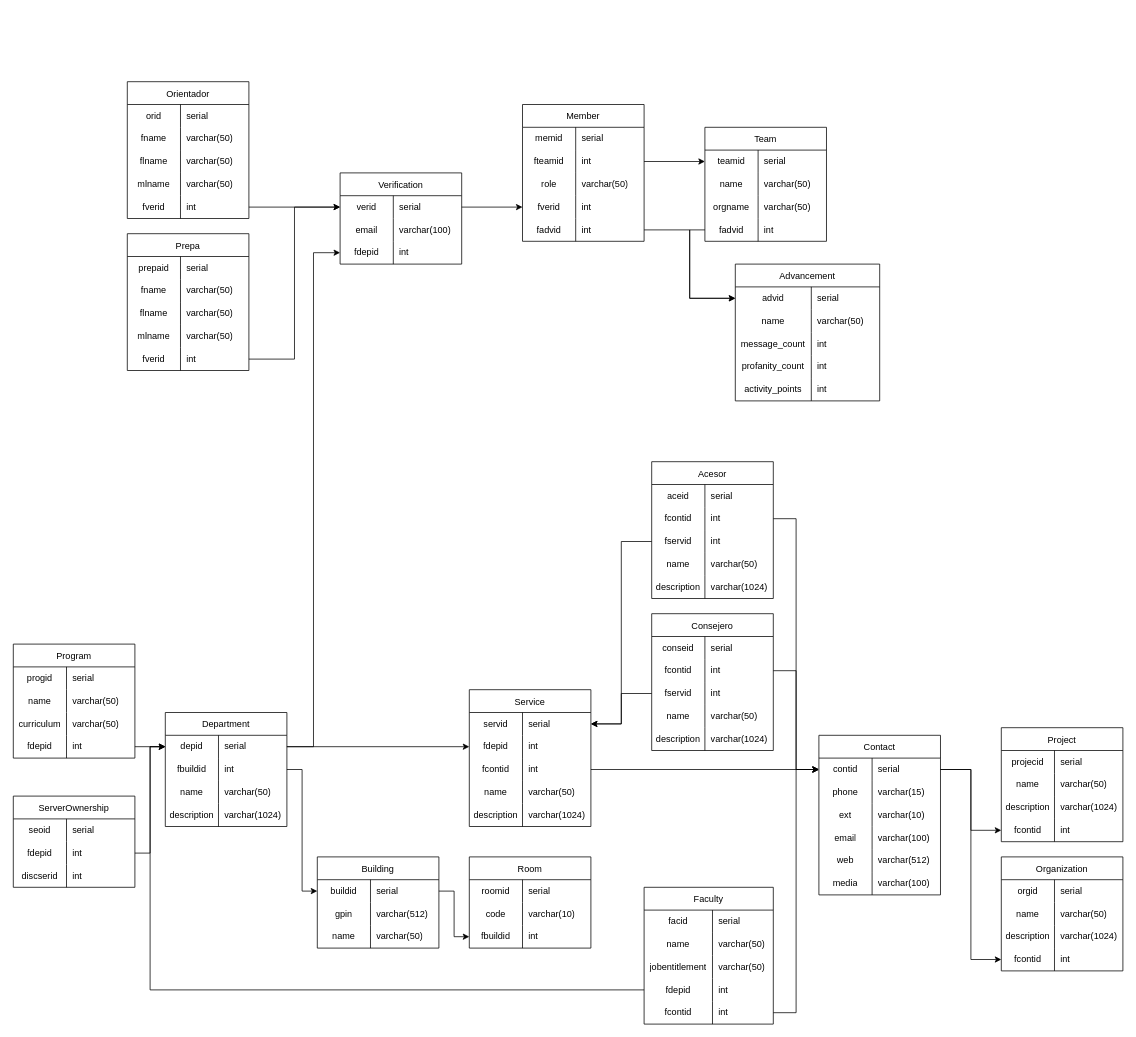
This is schema/Untitled Diagram.drawio from AlfredoSoto1/BotOrientador, a draw.io file, before an edit. Source tidied: cells renumbered, new cells numbered last; positions are measured from the earlier drawing's top-left corner, leaving out a move shared by most shapes. Both pictures are drawn from the tidied source at 76%, with x=0, y=0 at pixel (13, 81).
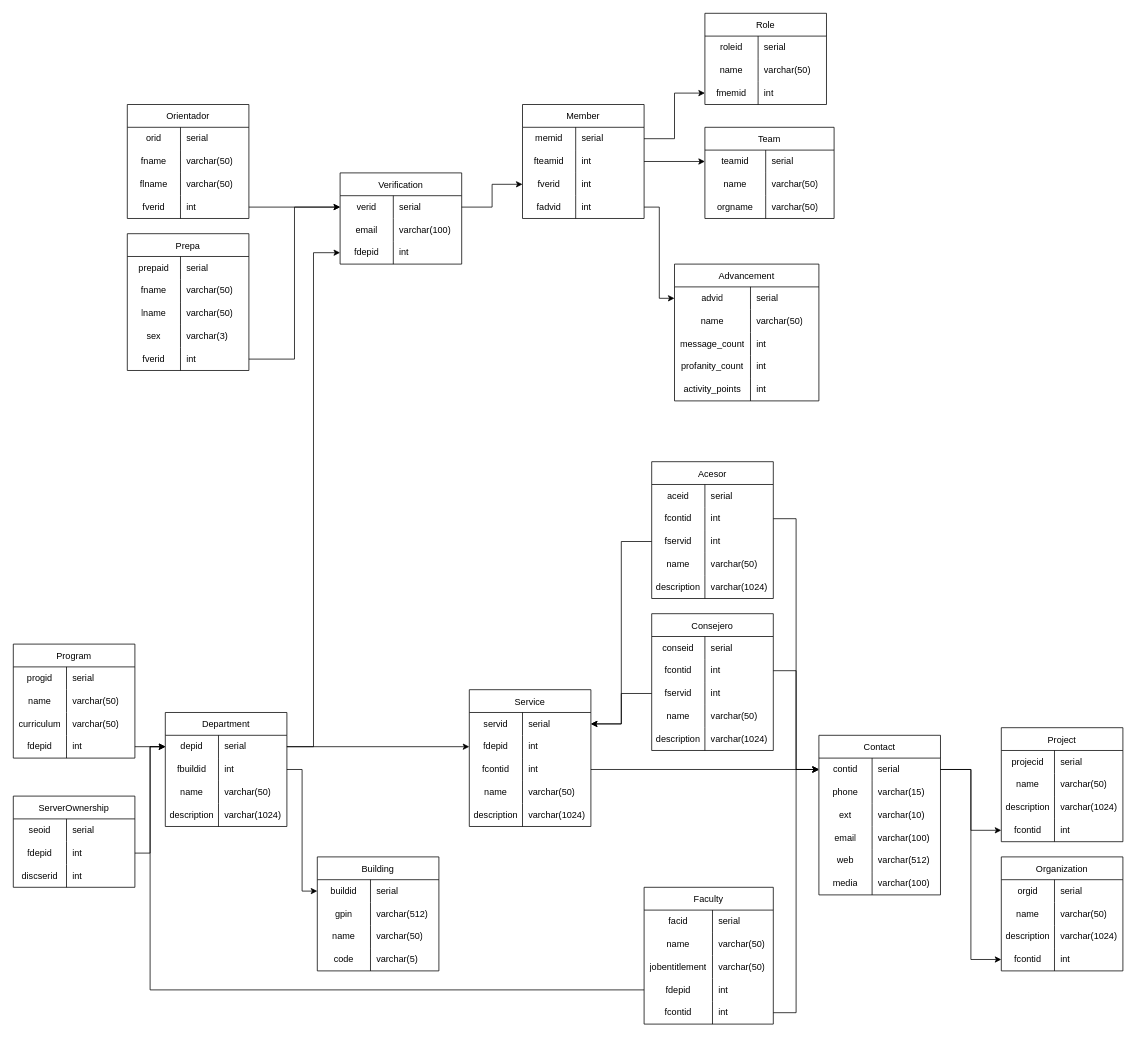
After the change.

Unchanged cells that the change refers to:
```xml
<mxCell id="35" style="shape=tableRow;horizontal=0;startSize=0;swimlaneHead=0;swimlaneBody=0;top=0;left=0;bottom=0;right=0;fillColor=none;strokeColor=inherit;fontSize=12;" parent="28" vertex="1">
  <mxGeometry y="90" width="160" height="30" as="geometry" />
</mxCell>
<mxCell id="38" style="shape=tableRow;horizontal=0;startSize=0;swimlaneHead=0;swimlaneBody=0;top=0;left=0;bottom=0;right=0;fillColor=none;strokeColor=inherit;fontSize=12;" parent="28" vertex="1">
  <mxGeometry y="120" width="160" height="30" as="geometry" />
</mxCell>
<mxCell id="45" style="shape=tableRow;horizontal=0;startSize=0;swimlaneHead=0;swimlaneBody=0;top=0;left=0;bottom=0;right=0;fillColor=none;points=[[0,0.5],[1,0.5]];portConstraint=eastwest;strokeColor=inherit;fontSize=12;" parent="44" vertex="1">
  <mxGeometry y="30" width="160" height="30" as="geometry" />
</mxCell>
<mxCell id="78" style="shape=tableRow;horizontal=0;startSize=0;swimlaneHead=0;swimlaneBody=0;top=0;left=0;bottom=0;right=0;fillColor=none;points=[[0,0.5],[1,0.5]];portConstraint=eastwest;strokeColor=inherit;fontSize=12;" parent="77" vertex="1">
  <mxGeometry y="30" width="190" height="30" as="geometry" />
</mxCell>
<mxCell id="96" style="shape=tableRow;horizontal=0;startSize=0;swimlaneHead=0;swimlaneBody=0;top=0;left=0;bottom=0;right=0;fillColor=none;points=[[0,0.5],[1,0.5]];portConstraint=eastwest;strokeColor=inherit;fontSize=12;" parent="95" vertex="1">
  <mxGeometry y="30" width="160" height="30" as="geometry" />
</mxCell>
```

What changed in the source:
```diff
@@
     <mxCell id="12" value="Orientador" style="shape=table;startSize=30;childLayout=tableLayout;rowLines=0;fontStyle=0;strokeColor=default;fontSize=12;" parent="1" vertex="1">
-      <mxGeometry x="150" width="160" height="180" as="geometry" />
+      <mxGeometry x="150" y="30" width="160" height="150" as="geometry" />
     </mxCell>
@@
-    <mxCell id="22" style="shape=tableRow;horizontal=0;startSize=0;swimlaneHead=0;swimlaneBody=0;top=0;left=0;bottom=0;right=0;fillColor=none;strokeColor=inherit;fontSize=12;" parent="12" vertex="1">
-      <mxGeometry y="120" width="160" height="30" as="geometry" />
-    </mxCell>
-    <mxCell id="23" value="mlname" style="shape=partialRectangle;html=1;whiteSpace=wrap;fillColor=none;top=0;left=0;bottom=0;right=0;overflow=hidden;strokeColor=inherit;fontSize=12;" parent="22" vertex="1">
-      <mxGeometry width="70" height="30" as="geometry" />
-    </mxCell>
-    <mxCell id="24" value="varchar(50)" style="shape=partialRectangle;html=1;whiteSpace=wrap;fillColor=none;top=0;left=0;bottom=0;right=0;align=left;spacingLeft=6;overflow=hidden;strokeColor=inherit;fontSize=12;" parent="22" vertex="1">
-      <mxGeometry x="70" width="90" height="30" as="geometry" />
-    </mxCell>
     <mxCell id="25" style="shape=tableRow;horizontal=0;startSize=0;swimlaneHead=0;swimlaneBody=0;top=0;left=0;bottom=0;right=0;fillColor=none;points=[[0,0.5],[1,0.5]];portConstraint=eastwest;strokeColor=inherit;fontSize=12;" parent="12" vertex="1">
-      <mxGeometry y="150" width="160" height="30" as="geometry" />
+      <mxGeometry y="120" width="160" height="30" as="geometry" />
     </mxCell>
@@
-    <mxCell id="36" value="flname" style="shape=partialRectangle;html=1;whiteSpace=wrap;fillColor=none;top=0;left=0;bottom=0;right=0;overflow=hidden;strokeColor=inherit;fontSize=12;" parent="35" vertex="1">
+    <mxCell id="36" value="lname" style="shape=partialRectangle;html=1;whiteSpace=wrap;fillColor=none;top=0;left=0;bottom=0;right=0;overflow=hidden;strokeColor=inherit;fontSize=12;" parent="35" vertex="1">
       <mxGeometry width="70" height="30" as="geometry" />
     </mxCell>
@@
-    <mxCell id="39" value="mlname" style="shape=partialRectangle;html=1;whiteSpace=wrap;fillColor=none;top=0;left=0;bottom=0;right=0;overflow=hidden;strokeColor=inherit;fontSize=12;" parent="38" vertex="1">
+    <mxCell id="39" value="sex" style="shape=partialRectangle;html=1;whiteSpace=wrap;fillColor=none;top=0;left=0;bottom=0;right=0;overflow=hidden;strokeColor=inherit;fontSize=12;" parent="38" vertex="1">
       <mxGeometry width="70" height="30" as="geometry" />
     </mxCell>
-    <mxCell id="40" value="varchar(50)" style="shape=partialRectangle;html=1;whiteSpace=wrap;fillColor=none;top=0;left=0;bottom=0;right=0;align=left;spacingLeft=6;overflow=hidden;strokeColor=inherit;fontSize=12;" parent="38" vertex="1">
+    <mxCell id="40" value="varchar(3)" style="shape=partialRectangle;html=1;whiteSpace=wrap;fillColor=none;top=0;left=0;bottom=0;right=0;align=left;spacingLeft=6;overflow=hidden;strokeColor=inherit;fontSize=12;" parent="38" vertex="1">
       <mxGeometry x="70" width="90" height="30" as="geometry" />
     </mxCell>
@@
     <mxCell id="44" value="Member" style="shape=table;startSize=30;childLayout=tableLayout;rowLines=0;fontStyle=0;strokeColor=default;fontSize=12;" parent="1" vertex="1">
-      <mxGeometry x="670" y="30" width="160" height="180" as="geometry" />
+      <mxGeometry x="670" y="30" width="160" height="150" as="geometry" />
     </mxCell>
@@
-    <mxCell id="48" style="shape=tableRow;horizontal=0;startSize=0;swimlaneHead=0;swimlaneBody=0;top=0;left=0;bottom=0;right=0;fillColor=none;points=[[0,0.5],[1,0.5]];portConstraint=eastwest;strokeColor=inherit;fontSize=12;" parent="44" vertex="1">
-      <mxGeometry y="60" width="160" height="30" as="geometry" />
-    </mxCell>
-    <mxCell id="49" value="fteamid" style="shape=partialRectangle;html=1;whiteSpace=wrap;fillColor=none;top=0;left=0;bottom=0;right=0;overflow=hidden;strokeColor=inherit;fontSize=12;" parent="48" vertex="1">
-      <mxGeometry width="70" height="30" as="geometry" />
-    </mxCell>
-    <mxCell id="50" value="int" style="shape=partialRectangle;html=1;whiteSpace=wrap;fillColor=none;top=0;left=0;bottom=0;right=0;align=left;spacingLeft=6;overflow=hidden;strokeColor=inherit;fontSize=12;" parent="48" vertex="1">
-      <mxGeometry x="70" width="90" height="30" as="geometry" />
-    </mxCell>
     <mxCell id="51" style="shape=tableRow;horizontal=0;startSize=0;swimlaneHead=0;swimlaneBody=0;top=0;left=0;bottom=0;right=0;fillColor=none;points=[[0,0.5],[1,0.5]];portConstraint=eastwest;strokeColor=inherit;fontSize=12;" parent="44" vertex="1">
-      <mxGeometry y="90" width="160" height="30" as="geometry" />
+      <mxGeometry y="60" width="160" height="30" as="geometry" />
     </mxCell>
-    <mxCell id="52" value="role" style="shape=partialRectangle;html=1;whiteSpace=wrap;fillColor=none;top=0;left=0;bottom=0;right=0;overflow=hidden;strokeColor=inherit;fontSize=12;" parent="51" vertex="1">
+    <mxCell id="52" value="fteamid" style="shape=partialRectangle;html=1;whiteSpace=wrap;fillColor=none;top=0;left=0;bottom=0;right=0;overflow=hidden;strokeColor=inherit;fontSize=12;" parent="51" vertex="1">
       <mxGeometry width="70" height="30" as="geometry" />
     </mxCell>
-    <mxCell id="53" value="varchar(50)" style="shape=partialRectangle;html=1;whiteSpace=wrap;fillColor=none;top=0;left=0;bottom=0;right=0;align=left;spacingLeft=6;overflow=hidden;strokeColor=inherit;fontSize=12;" parent="51" vertex="1">
+    <mxCell id="53" value="int" style="shape=partialRectangle;html=1;whiteSpace=wrap;fillColor=none;top=0;left=0;bottom=0;right=0;align=left;spacingLeft=6;overflow=hidden;strokeColor=inherit;fontSize=12;" parent="51" vertex="1">
       <mxGeometry x="70" width="90" height="30" as="geometry" />
     </mxCell>
     <mxCell id="54" style="shape=tableRow;horizontal=0;startSize=0;swimlaneHead=0;swimlaneBody=0;top=0;left=0;bottom=0;right=0;fillColor=none;points=[[0,0.5],[1,0.5]];portConstraint=eastwest;strokeColor=inherit;fontSize=12;" parent="44" vertex="1">
-      <mxGeometry y="120" width="160" height="30" as="geometry" />
+      <mxGeometry y="90" width="160" height="30" as="geometry" />
     </mxCell>
@@
     <mxCell id="57" style="shape=tableRow;horizontal=0;startSize=0;swimlaneHead=0;swimlaneBody=0;top=0;left=0;bottom=0;right=0;fillColor=none;points=[[0,0.5],[1,0.5]];portConstraint=eastwest;strokeColor=inherit;fontSize=12;" parent="44" vertex="1">
-      <mxGeometry y="150" width="160" height="30" as="geometry" />
+      <mxGeometry y="120" width="160" height="30" as="geometry" />
     </mxCell>
@@
     <mxCell id="60" value="Team" style="shape=table;startSize=30;childLayout=tableLayout;rowLines=0;fontStyle=0;strokeColor=default;fontSize=12;" parent="1" vertex="1">
-      <mxGeometry x="910" y="60" width="160" height="150" as="geometry" />
+      <mxGeometry x="910" y="60" width="170" height="120" as="geometry" />
     </mxCell>
     <mxCell id="61" style="shape=tableRow;horizontal=0;startSize=0;swimlaneHead=0;swimlaneBody=0;top=0;left=0;bottom=0;right=0;fillColor=none;points=[[0,0.5],[1,0.5]];portConstraint=eastwest;strokeColor=inherit;fontSize=12;" parent="60" vertex="1">
-      <mxGeometry y="30" width="160" height="30" as="geometry" />
+      <mxGeometry y="30" width="170" height="30" as="geometry" />
     </mxCell>
     <mxCell id="62" value="teamid" style="shape=partialRectangle;html=1;whiteSpace=wrap;fillColor=none;top=0;left=0;bottom=0;right=0;overflow=hidden;strokeColor=inherit;fontSize=12;spacing=2;" parent="61" vertex="1">
-      <mxGeometry width="70" height="30" as="geometry" />
+      <mxGeometry width="80" height="30" as="geometry" />
     </mxCell>
     <mxCell id="63" value="serial" style="shape=partialRectangle;html=1;whiteSpace=wrap;fillColor=none;top=0;left=0;bottom=0;right=0;align=left;spacingLeft=6;overflow=hidden;strokeColor=inherit;fontSize=12;" parent="61" vertex="1">
-      <mxGeometry x="70" width="90" height="30" as="geometry" />
+      <mxGeometry x="80" width="90" height="30" as="geometry" />
     </mxCell>
     <mxCell id="64" style="shape=tableRow;horizontal=0;startSize=0;swimlaneHead=0;swimlaneBody=0;top=0;left=0;bottom=0;right=0;fillColor=none;strokeColor=inherit;fontSize=12;" parent="60" vertex="1">
-      <mxGeometry y="60" width="160" height="30" as="geometry" />
+      <mxGeometry y="60" width="170" height="30" as="geometry" />
     </mxCell>
     <mxCell id="65" value="name" style="shape=partialRectangle;html=1;whiteSpace=wrap;fillColor=none;top=0;left=0;bottom=0;right=0;overflow=hidden;strokeColor=inherit;fontSize=12;" parent="64" vertex="1">
-      <mxGeometry width="70" height="30" as="geometry" />
+      <mxGeometry width="80" height="30" as="geometry" />
     </mxCell>
     <mxCell id="66" value="varchar(50)" style="shape=partialRectangle;html=1;whiteSpace=wrap;fillColor=none;top=0;left=0;bottom=0;right=0;align=left;spacingLeft=6;overflow=hidden;strokeColor=inherit;fontSize=12;" parent="64" vertex="1">
-      <mxGeometry x="70" width="90" height="30" as="geometry" />
+      <mxGeometry x="80" width="90" height="30" as="geometry" />
     </mxCell>
     <mxCell id="67" style="shape=tableRow;horizontal=0;startSize=0;swimlaneHead=0;swimlaneBody=0;top=0;left=0;bottom=0;right=0;fillColor=none;strokeColor=inherit;fontSize=12;" parent="60" vertex="1">
-      <mxGeometry y="90" width="160" height="30" as="geometry" />
+      <mxGeometry y="90" width="170" height="30" as="geometry" />
     </mxCell>
     <mxCell id="68" value="orgname" style="shape=partialRectangle;html=1;whiteSpace=wrap;fillColor=none;top=0;left=0;bottom=0;right=0;overflow=hidden;strokeColor=inherit;fontSize=12;" parent="67" vertex="1">
-      <mxGeometry width="70" height="30" as="geometry" />
+      <mxGeometry width="80" height="30" as="geometry" />
     </mxCell>
     <mxCell id="69" value="varchar(50)" style="shape=partialRectangle;html=1;whiteSpace=wrap;fillColor=none;top=0;left=0;bottom=0;right=0;align=left;spacingLeft=6;overflow=hidden;strokeColor=inherit;fontSize=12;" parent="67" vertex="1">
-      <mxGeometry x="70" width="90" height="30" as="geometry" />
+      <mxGeometry x="80" width="90" height="30" as="geometry" />
     </mxCell>
-    <mxCell id="70" style="shape=tableRow;horizontal=0;startSize=0;swimlaneHead=0;swimlaneBody=0;top=0;left=0;bottom=0;right=0;fillColor=none;points=[[0,0.5],[1,0.5]];portConstraint=eastwest;strokeColor=inherit;fontSize=12;" parent="60" vertex="1">
-      <mxGeometry y="120" width="160" height="30" as="geometry" />
-    </mxCell>
-    <mxCell id="71" value="fadvid" style="shape=partialRectangle;html=1;whiteSpace=wrap;fillColor=none;top=0;left=0;bottom=0;right=0;overflow=hidden;strokeColor=inherit;fontSize=12;" parent="70" vertex="1">
-      <mxGeometry width="70" height="30" as="geometry" />
-    </mxCell>
-    <mxCell id="72" value="int" style="shape=partialRectangle;html=1;whiteSpace=wrap;fillColor=none;top=0;left=0;bottom=0;right=0;align=left;spacingLeft=6;overflow=hidden;strokeColor=inherit;fontSize=12;" parent="70" vertex="1">
-      <mxGeometry x="70" width="90" height="30" as="geometry" />
-    </mxCell>
@@
-    <mxCell id="76" style="edgeStyle=orthogonalEdgeStyle;rounded=0;jettySize=auto;html=1;exitX=1;exitY=0.5;exitDx=0;exitDy=0;entryX=0;entryY=0.5;entryDx=0;entryDy=0;" parent="1" edge="1" source="48" target="61">
-      <mxGeometry relative="1" as="geometry" />
-    </mxCell>
     <mxCell id="77" value="Advancement" style="shape=table;startSize=30;childLayout=tableLayout;rowLines=0;fontStyle=0;strokeColor=default;fontSize=12;" parent="1" vertex="1">
-      <mxGeometry x="950" y="240" width="190" height="180" as="geometry" />
+      <mxGeometry x="870" y="240" width="190" height="180" as="geometry" />
     </mxCell>
@@
-    <mxCell id="94" style="edgeStyle=orthogonalEdgeStyle;rounded=0;jettySize=auto;html=1;exitX=0;exitY=0.5;exitDx=0;exitDy=0;entryX=0;entryY=0.5;entryDx=0;entryDy=0;" parent="1" edge="1" source="70" target="78">
+    <mxCell id="94" style="edgeStyle=orthogonalEdgeStyle;rounded=0;jettySize=auto;html=1;exitX=0;exitY=0.5;exitDx=0;exitDy=0;entryX=0;entryY=0.5;entryDx=0;entryDy=0;" parent="1" edge="1" target="78">
       <mxGeometry relative="1" as="geometry" />
     </mxCell>
     <mxCell id="95" value="Building" style="shape=table;startSize=30;childLayout=tableLayout;rowLines=0;fontStyle=0;strokeColor=default;fontSize=12;" parent="1" vertex="1">
-      <mxGeometry x="400" y="1020" width="160" height="120" as="geometry" />
+      <mxGeometry x="400" y="1020" width="160" height="150" as="geometry" />
     </mxCell>
@@
+    <mxCell id="275" style="shape=tableRow;horizontal=0;startSize=0;swimlaneHead=0;swimlaneBody=0;top=0;left=0;bottom=0;right=0;fillColor=none;strokeColor=inherit;fontSize=12;" parent="95" vertex="1">
+      <mxGeometry y="120" width="160" height="30" as="geometry" />
+    </mxCell>
+    <mxCell id="229" value="code" style="shape=partialRectangle;html=1;whiteSpace=wrap;fillColor=none;top=0;left=0;bottom=0;right=0;overflow=hidden;strokeColor=inherit;fontSize=12;" parent="275" vertex="1">
+      <mxGeometry width="70" height="30" as="geometry" />
+    </mxCell>
+    <mxCell id="276" value="varchar(5)" style="shape=partialRectangle;html=1;whiteSpace=wrap;fillColor=none;top=0;left=0;bottom=0;right=0;align=left;spacingLeft=6;overflow=hidden;strokeColor=inherit;fontSize=12;" parent="275" vertex="1">
+      <mxGeometry x="70" width="90" height="30" as="geometry" />
+    </mxCell>
@@
-    <mxCell id="224" value="Room" style="shape=table;startSize=30;childLayout=tableLayout;rowLines=0;fontStyle=0;strokeColor=default;fontSize=12;" parent="1" vertex="1">
-      <mxGeometry x="600" y="1020" width="160" height="120" as="geometry" />
-    </mxCell>
-    <mxCell id="225" style="shape=tableRow;horizontal=0;startSize=0;swimlaneHead=0;swimlaneBody=0;top=0;left=0;bottom=0;right=0;fillColor=none;strokeColor=inherit;fontSize=12;" parent="224" vertex="1">
-      <mxGeometry y="30" width="160" height="30" as="geometry" />
-    </mxCell>
-    <mxCell id="226" value="roomid" style="shape=partialRectangle;html=1;whiteSpace=wrap;fillColor=none;top=0;left=0;bottom=0;right=0;overflow=hidden;strokeColor=inherit;fontSize=12;spacing=2;" parent="225" vertex="1">
-      <mxGeometry width="70" height="30" as="geometry" />
-    </mxCell>
-    <mxCell id="227" value="serial" style="shape=partialRectangle;html=1;whiteSpace=wrap;fillColor=none;top=0;left=0;bottom=0;right=0;align=left;spacingLeft=6;overflow=hidden;strokeColor=inherit;fontSize=12;" parent="225" vertex="1">
-      <mxGeometry x="70" width="90" height="30" as="geometry" />
-    </mxCell>
-    <mxCell id="228" style="shape=tableRow;horizontal=0;startSize=0;swimlaneHead=0;swimlaneBody=0;top=0;left=0;bottom=0;right=0;fillColor=none;strokeColor=inherit;fontSize=12;" parent="224" vertex="1">
-      <mxGeometry y="60" width="160" height="30" as="geometry" />
-    </mxCell>
-    <mxCell id="229" value="code" style="shape=partialRectangle;html=1;whiteSpace=wrap;fillColor=none;top=0;left=0;bottom=0;right=0;overflow=hidden;strokeColor=inherit;fontSize=12;" parent="228" vertex="1">
-      <mxGeometry width="70" height="30" as="geometry" />
-    </mxCell>
-    <mxCell id="230" value="varchar(10)" style="shape=partialRectangle;html=1;whiteSpace=wrap;fillColor=none;top=0;left=0;bottom=0;right=0;align=left;spacingLeft=6;overflow=hidden;strokeColor=inherit;fontSize=12;" parent="228" vertex="1">
-      <mxGeometry x="70" width="90" height="30" as="geometry" />
-    </mxCell>
-    <mxCell id="231" style="shape=tableRow;horizontal=0;startSize=0;swimlaneHead=0;swimlaneBody=0;top=0;left=0;bottom=0;right=0;fillColor=none;points=[[0,0.5],[1,0.5]];portConstraint=eastwest;strokeColor=inherit;fontSize=12;" parent="224" vertex="1">
-      <mxGeometry y="90" width="160" height="30" as="geometry" />
-    </mxCell>
-    <mxCell id="232" value="fbuildid" style="shape=partialRectangle;html=1;whiteSpace=wrap;fillColor=none;top=0;left=0;bottom=0;right=0;overflow=hidden;strokeColor=inherit;fontSize=12;" parent="231" vertex="1">
-      <mxGeometry width="70" height="30" as="geometry" />
-    </mxCell>
-    <mxCell id="233" value="int" style="shape=partialRectangle;html=1;whiteSpace=wrap;fillColor=none;top=0;left=0;bottom=0;right=0;align=left;spacingLeft=6;overflow=hidden;strokeColor=inherit;fontSize=12;" parent="231" vertex="1">
-      <mxGeometry x="70" width="90" height="30" as="geometry" />
-    </mxCell>
-    <mxCell id="234" style="edgeStyle=orthogonalEdgeStyle;rounded=0;jettySize=auto;html=1;exitX=1;exitY=0.5;exitDx=0;exitDy=0;entryX=0;entryY=0.5;entryDx=0;entryDy=0;" parent="1" edge="1" source="96" target="231">
-      <mxGeometry relative="1" as="geometry" />
-    </mxCell>
@@
+    <mxCell id="277" value="Role" style="shape=table;startSize=30;childLayout=tableLayout;rowLines=0;fontStyle=0;strokeColor=default;fontSize=12;" parent="1" vertex="1">
+      <mxGeometry x="910" y="-90" width="160" height="120" as="geometry" />
+    </mxCell>
+    <mxCell id="225" style="shape=tableRow;horizontal=0;startSize=0;swimlaneHead=0;swimlaneBody=0;top=0;left=0;bottom=0;right=0;fillColor=none;strokeColor=inherit;fontSize=12;" parent="277" vertex="1">
+      <mxGeometry y="30" width="160" height="30" as="geometry" />
+    </mxCell>
+    <mxCell id="278" value="roleid" style="shape=partialRectangle;html=1;whiteSpace=wrap;fillColor=none;top=0;left=0;bottom=0;right=0;overflow=hidden;strokeColor=inherit;fontSize=12;spacing=2;" parent="225" vertex="1">
+      <mxGeometry width="70" height="30" as="geometry" />
+    </mxCell>
+    <mxCell id="227" value="serial" style="shape=partialRectangle;html=1;whiteSpace=wrap;fillColor=none;top=0;left=0;bottom=0;right=0;align=left;spacingLeft=6;overflow=hidden;strokeColor=inherit;fontSize=12;" parent="225" vertex="1">
+      <mxGeometry x="70" width="90" height="30" as="geometry" />
+    </mxCell>
+    <mxCell id="279" style="shape=tableRow;horizontal=0;startSize=0;swimlaneHead=0;swimlaneBody=0;top=0;left=0;bottom=0;right=0;fillColor=none;strokeColor=inherit;fontSize=12;" parent="277" vertex="1">
+      <mxGeometry y="60" width="160" height="30" as="geometry" />
+    </mxCell>
+    <mxCell id="280" value="name" style="shape=partialRectangle;html=1;whiteSpace=wrap;fillColor=none;top=0;left=0;bottom=0;right=0;overflow=hidden;strokeColor=inherit;fontSize=12;" parent="279" vertex="1">
+      <mxGeometry width="70" height="30" as="geometry" />
+    </mxCell>
+    <mxCell id="24" value="varchar(50)" style="shape=partialRectangle;html=1;whiteSpace=wrap;fillColor=none;top=0;left=0;bottom=0;right=0;align=left;spacingLeft=6;overflow=hidden;strokeColor=inherit;fontSize=12;" parent="279" vertex="1">
+      <mxGeometry x="70" width="90" height="30" as="geometry" />
+    </mxCell>
+    <mxCell id="231" style="shape=tableRow;horizontal=0;startSize=0;swimlaneHead=0;swimlaneBody=0;top=0;left=0;bottom=0;right=0;fillColor=none;points=[[0,0.5],[1,0.5]];portConstraint=eastwest;strokeColor=inherit;fontSize=12;" parent="277" vertex="1">
+      <mxGeometry y="90" width="160" height="30" as="geometry" />
+    </mxCell>
+    <mxCell id="281" value="fmemid" style="shape=partialRectangle;html=1;whiteSpace=wrap;fillColor=none;top=0;left=0;bottom=0;right=0;overflow=hidden;strokeColor=inherit;fontSize=12;" parent="231" vertex="1">
+      <mxGeometry width="70" height="30" as="geometry" />
+    </mxCell>
+    <mxCell id="282" value="int" style="shape=partialRectangle;html=1;whiteSpace=wrap;fillColor=none;top=0;left=0;bottom=0;right=0;align=left;spacingLeft=6;overflow=hidden;strokeColor=inherit;fontSize=12;" parent="231" vertex="1">
+      <mxGeometry x="70" width="90" height="30" as="geometry" />
+    </mxCell>
+    <mxCell id="283" style="edgeStyle=orthogonalEdgeStyle;rounded=0;jettySize=auto;html=1;exitX=1;exitY=0.5;exitDx=0;exitDy=0;entryX=0;entryY=0.5;entryDx=0;entryDy=0;" parent="1" edge="1" source="51" target="61">
+      <mxGeometry relative="1" as="geometry" />
+    </mxCell>
+    <mxCell id="284" style="edgeStyle=orthogonalEdgeStyle;rounded=0;jettySize=auto;html=1;exitX=1;exitY=0.5;exitDx=0;exitDy=0;entryX=0;entryY=0.5;entryDx=0;entryDy=0;" parent="1" edge="1" source="45" target="231">
+      <mxGeometry relative="1" as="geometry" />
+    </mxCell>
```
